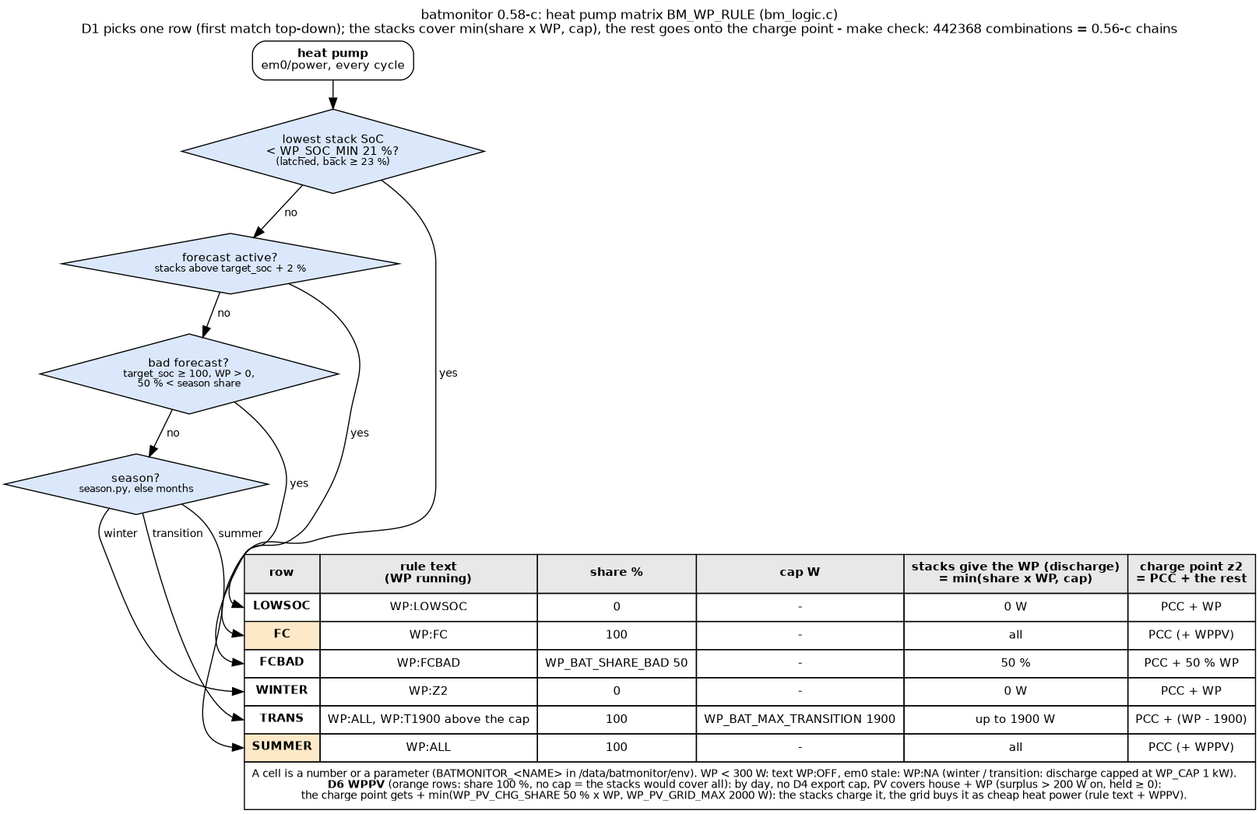
The Graphviz diagram docs/wp_matrix.png in gerontec/victron, before a commit. Its source is kept beside it as docs/wp_matrix.dot.
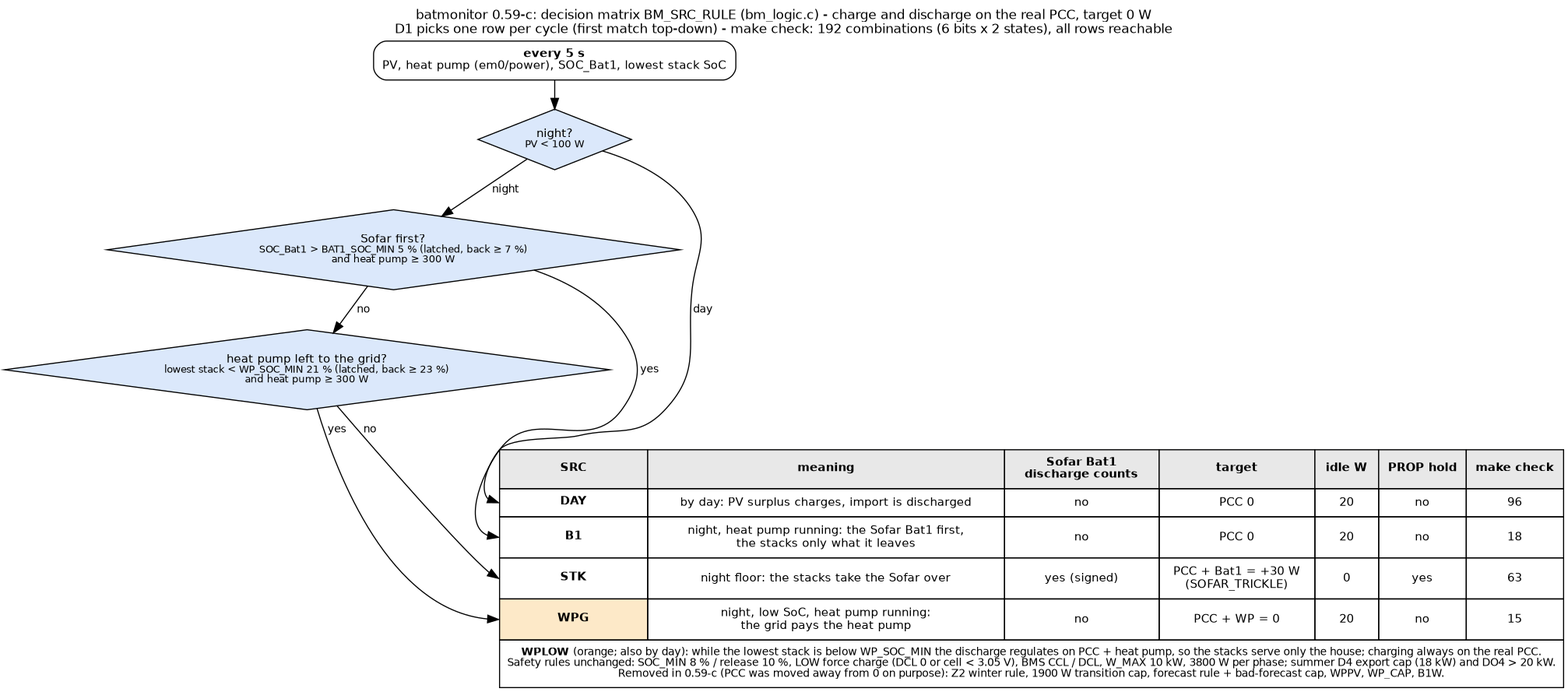
Later version of the same file.

The edit, as a diff of the source:
```diff
@@ -1,37 +1,31 @@
 digraph wp {
 	graph [rankdir=TB, fontname="Helvetica", fontsize=12, nodesep=0.3, ranksep=0.35, labelloc=t,
-		   label="batmonitor 0.58-c: heat pump matrix BM_WP_RULE (bm_logic.c)\nD1 picks one row (first match top-down); the stacks cover min(share x WP, cap), the rest goes onto the charge point - make check: 442368 combinations = 0.56-c chains"];
+		   label="batmonitor 0.59-c: decision matrix BM_SRC_RULE (bm_logic.c) - charge and discharge on the real PCC, target 0 W\nD1 picks one row per cycle (first match top-down) - make check: 192 combinations (6 bits x 2 states), all rows reachable"];
 	node [shape=box, style="rounded,filled", fontname="Helvetica", fontsize=11, fillcolor="#dbe8fb"];
 	edge [fontname="Helvetica", fontsize=10];
 
-	start [label=<<b>heat pump</b><br/>em0/power, every cycle>, fillcolor="#ffffff"];
-	q1 [label=<lowest stack SoC<br/>&lt; WP_SOC_MIN 21 %?<br/><font point-size="9">(latched, back &ge; 23 %)</font>>, shape=diamond, style=filled];
-	q2 [label=<forecast active?<br/><font point-size="9">stacks above target_soc + 2 %</font>>, shape=diamond, style=filled];
-	q3 [label=<bad forecast?<br/><font point-size="9">target_soc &ge; 100, WP &gt; 0,<br/>50 % &lt; season share</font>>, shape=diamond, style=filled];
-	q4 [label=<season?<br/><font point-size="9">season.py, else months</font>>, shape=diamond, style=filled];
+	start [label=<<b>every 5 s</b><br/>PV, heat pump (em0/power), SOC_Bat1, lowest stack SoC>, fillcolor="#ffffff"];
+	q0 [label=<night?<br/><font point-size="9">PV &lt; 100 W</font>>, shape=diamond, style=filled];
+	q1 [label=<Sofar first?<br/><font point-size="9">SOC_Bat1 &gt; BAT1_SOC_MIN 5 % (latched, back &ge; 7 %)<br/>and heat pump &ge; 300 W</font>>, shape=diamond, style=filled];
+	q2 [label=<heat pump left to the grid?<br/><font point-size="9">lowest stack &lt; WP_SOC_MIN 21 % (latched, back &ge; 23 %)<br/>and heat pump &ge; 300 W</font>>, shape=diamond, style=filled];
 
 	matrix [shape=plain, label=<
 		<table border="0" cellborder="1" cellspacing="0" cellpadding="6" bgcolor="#ffffff">
-		<tr><td bgcolor="#e8e8e8"><b>row</b></td><td bgcolor="#e8e8e8"><b>rule text<br/>(WP running)</b></td><td bgcolor="#e8e8e8"><b>share %</b></td><td bgcolor="#e8e8e8"><b>cap W</b></td><td bgcolor="#e8e8e8"><b>stacks give the WP (discharge)<br/>= min(share x WP, cap)</b></td><td bgcolor="#e8e8e8"><b>charge point z2<br/>= PCC + the rest</b></td></tr>
-		<tr><td port="lowsoc"><b>LOWSOC</b></td><td>WP:LOWSOC</td><td>0</td><td>-</td><td>0 W</td><td>PCC + WP</td></tr>
-		<tr><td port="fc" bgcolor="#fde9c8"><b>FC</b></td><td>WP:FC</td><td>100</td><td>-</td><td>all</td><td>PCC (+ WPPV)</td></tr>
-		<tr><td port="fcbad"><b>FCBAD</b></td><td>WP:FCBAD</td><td>WP_BAT_SHARE_BAD 50</td><td>-</td><td>50 %</td><td>PCC + 50 % WP</td></tr>
-		<tr><td port="winter"><b>WINTER</b></td><td>WP:Z2</td><td>0</td><td>-</td><td>0 W</td><td>PCC + WP</td></tr>
-		<tr><td port="trans"><b>TRANS</b></td><td>WP:ALL, WP:T1900 above the cap</td><td>100</td><td>WP_BAT_MAX_TRANSITION 1900</td><td>up to 1900 W</td><td>PCC + (WP - 1900)</td></tr>
-		<tr><td port="summer" bgcolor="#fde9c8"><b>SUMMER</b></td><td>WP:ALL</td><td>100</td><td>-</td><td>all</td><td>PCC (+ WPPV)</td></tr>
-		<tr><td colspan="6" align="left"><font point-size="10">A cell is a number or a parameter (BATMONITOR_&lt;NAME&gt; in /data/batmonitor/env). WP &lt; 300 W: text WP:OFF, em0 stale: WP:NA (winter / transition: discharge capped at WP_CAP 1 kW).<br/>
-		<b>D6 WPPV</b> (orange rows: share 100 %, no cap = the stacks would cover all): by day, no D4 export cap, PV covers house + WP (surplus &gt; 200 W on, held &ge; 0):<br/>
-		the charge point gets + min(WP_PV_CHG_SHARE 50 % x WP, WP_PV_GRID_MAX 2000 W): the stacks charge it, the grid buys it as cheap heat power (rule text + WPPV).</font></td></tr>
+		<tr><td bgcolor="#e8e8e8"><b>SRC</b></td><td bgcolor="#e8e8e8"><b>meaning</b></td><td bgcolor="#e8e8e8"><b>Sofar Bat1<br/>discharge counts</b></td><td bgcolor="#e8e8e8"><b>target</b></td><td bgcolor="#e8e8e8"><b>idle W</b></td><td bgcolor="#e8e8e8"><b>PROP hold</b></td><td bgcolor="#e8e8e8"><b>make check</b></td></tr>
+		<tr><td port="day"><b>DAY</b></td><td>by day: PV surplus charges, import is discharged</td><td>no</td><td>PCC 0</td><td>20</td><td>no</td><td>96</td></tr>
+		<tr><td port="b1"><b>B1</b></td><td>night, heat pump running: the Sofar Bat1 first,<br/>the stacks only what it leaves</td><td>no</td><td>PCC 0</td><td>20</td><td>no</td><td>18</td></tr>
+		<tr><td port="stk"><b>STK</b></td><td>night floor: the stacks take the Sofar over</td><td>yes (signed)</td><td>PCC + Bat1 = +30 W<br/>(SOFAR_TRICKLE)</td><td>0</td><td>yes</td><td>63</td></tr>
+		<tr><td port="wpg" bgcolor="#fde9c8"><b>WPG</b></td><td>night, low SoC, heat pump running:<br/>the grid pays the heat pump</td><td>no</td><td>PCC + WP = 0</td><td>20</td><td>no</td><td>15</td></tr>
+		<tr><td colspan="7" align="left"><font point-size="10"><b>WPLOW</b> (orange; also by day): while the lowest stack is below WP_SOC_MIN the discharge regulates on PCC + heat pump, so the stacks serve only the house; charging always on the real PCC.<br/>
+		Safety rules unchanged: SOC_MIN 8 % / release 10 %, LOW force charge (DCL 0 or cell &lt; 3.05 V), BMS CCL / DCL, W_MAX 10 kW, 3800 W per phase; summer D4 export cap (18 kW) and DO4 &gt; 20 kW.<br/>
+		Removed in 0.59-c (PCC was moved away from 0 on purpose): Z2 winter rule, 1900 W transition cap, forecast rule + bad-forecast cap, WPPV, WP_CAP, B1W.</font></td></tr>
 		</table>>];
 
-	start -> q1;
-	q1 -> matrix:lowsoc [label=" yes"];
+	start -> q0;
+	q0 -> matrix:day [label=" day"];
+	q0 -> q1 [label=" night"];
+	q1 -> matrix:b1 [label=" yes"];
 	q1 -> q2 [label=" no"];
-	q2 -> matrix:fc [label=" yes"];
-	q2 -> q3 [label=" no"];
-	q3 -> matrix:fcbad [label=" yes"];
-	q3 -> q4 [label=" no"];
-	q4 -> matrix:winter [label=" winter"];
-	q4 -> matrix:trans [label=" transition"];
-	q4 -> matrix:summer [label=" summer"];
+	q2 -> matrix:wpg [label=" yes"];
+	q2 -> matrix:stk [label=" no"];
 }
```
